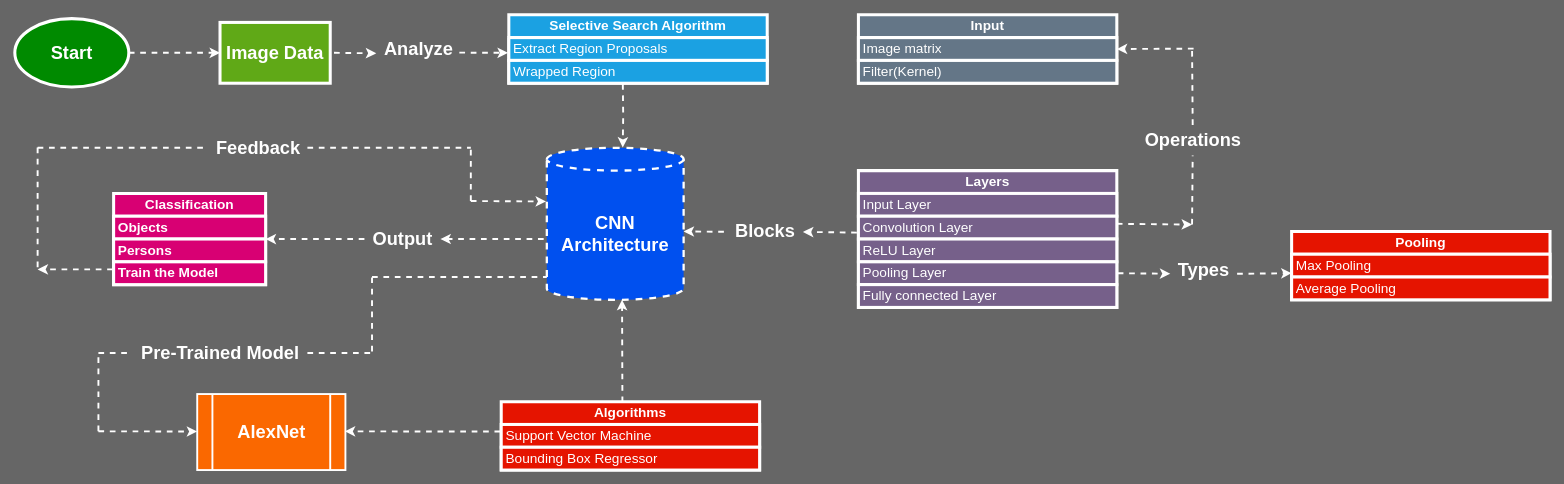
Before: page "R-CNN" (2 of 3) of FYP-workflow.drawio in sanils2002/Final-Year-Project, a draw.io diagram. Source tidied: cells renumbered, new cells numbered last; positions are measured from the earlier drawing's top-left corner, leaving out a move shared by most shapes. Both pictures are drawn from the tidied source at 76%, with x=0, y=0 at pixel (14, 14).
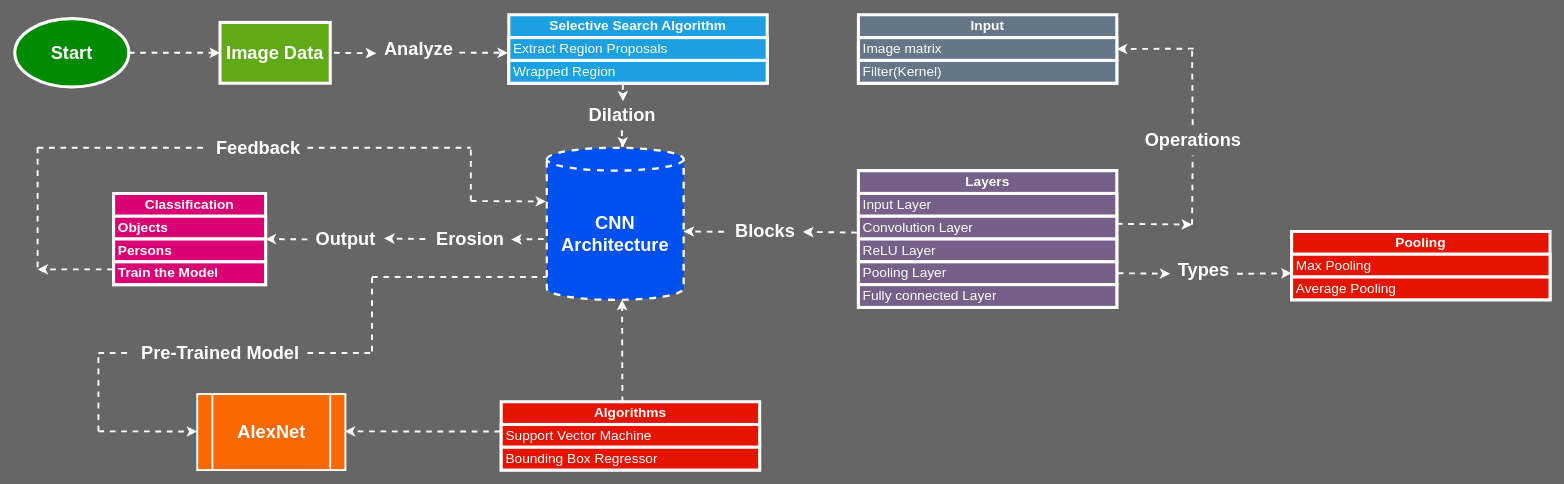
Above is the later version.

The change refers to these unchanged cells:
```xml
<mxCell id="5" value="&lt;font style=&quot;font-size: 24px;&quot;&gt;&lt;b&gt;CNN Architecture&lt;/b&gt;&lt;/font&gt;" style="shape=cylinder3;whiteSpace=wrap;html=1;boundedLbl=1;backgroundOutline=1;size=15;fillColor=#0050ef;strokeColor=#FFFFFF;strokeWidth=3;fontColor=#ffffff;dashed=1;" parent="1" vertex="1">
  <mxGeometry x="700" y="175" width="180" height="200" as="geometry" />
</mxCell>
<mxCell id="9" value="&lt;font style=&quot;font-size: 18px;&quot;&gt;&lt;b&gt;Classification&lt;/b&gt;&lt;/font&gt;" style="swimlane;fontStyle=0;horizontal=1;startSize=30;whiteSpace=wrap;html=1;fillColor=#d80073;strokeColor=#FFFFFF;strokeWidth=4;fontColor=#ffffff;" parent="1" vertex="1">
  <mxGeometry x="130" y="235" width="200" height="120" as="geometry" />
</mxCell>
```

The edit, as a diff of the source:
```diff
@@
-    <mxCell id="13" style="endArrow=classic;html=1;rounded=0;strokeWidth=2.5;strokeColor=#FFFFFF;entryX=1;entryY=0.5;entryDx=0;entryDy=0;dashed=1;" parent="1" edge="1" target="9">
-      <mxGeometry relative="1" as="geometry">
-        <mxPoint x="460" y="295" as="sourcePoint" />
-      </mxGeometry>
+    <mxCell id="13" style="endArrow=classic;html=1;rounded=0;strokeWidth=2.5;strokeColor=#FFFFFF;entryX=1;entryY=0.5;entryDx=0;entryDy=0;dashed=1;" parent="1" edge="1" source="15" target="9">
+      <mxGeometry relative="1" as="geometry" />
     </mxCell>
-    <mxCell id="14" style="endArrow=classic;html=1;rounded=0;exitX=-0.023;exitY=0.6;exitDx=0;exitDy=0;exitPerimeter=0;strokeWidth=2.5;strokeColor=#FFFFFF;dashed=1;" parent="1" edge="1" source="5">
+    <mxCell id="14" style="endArrow=classic;html=1;rounded=0;strokeWidth=2.5;strokeColor=#FFFFFF;dashed=1;entryX=1.009;entryY=0.456;entryDx=0;entryDy=0;entryPerimeter=0;" parent="1" edge="1">
       <mxGeometry relative="1" as="geometry">
-        <mxPoint x="560" y="295" as="targetPoint" />
+        <mxPoint x="540" y="295" as="sourcePoint" />
+        <mxPoint x="485.9" y="294.2" as="targetPoint" />
       </mxGeometry>
     </mxCell>
-    <mxCell id="15" value="&lt;font color=&quot;#ffffff&quot; style=&quot;font-size: 24px;&quot;&gt;&lt;b&gt;Output&lt;/b&gt;&lt;/font&gt;" style="text;html=1;align=center;verticalAlign=middle;points=[];strokeColor=none;fillColor=none;" parent="1" vertex="1">
-      <mxGeometry x="460" y="275" width="100" height="40" as="geometry" />
-    </mxCell>
@@
-    <mxCell id="41" style="edgeStyle=orthogonalEdgeStyle;rounded=0;jettySize=auto;html=1;strokeWidth=2.5;strokeColor=#FFFFFF;dashed=1;entryX=0.555;entryY=-0.002;entryDx=0;entryDy=0;entryPerimeter=0;" parent="1" edge="1" target="5">
-      <mxGeometry relative="1" as="geometry">
-        <mxPoint x="800" y="91" as="sourcePoint" />
-      </mxGeometry>
+    <mxCell id="41" style="edgeStyle=orthogonalEdgeStyle;rounded=0;jettySize=auto;html=1;strokeWidth=2.5;strokeColor=#FFFFFF;dashed=1;entryX=0.555;entryY=-0.002;entryDx=0;entryDy=0;entryPerimeter=0;" parent="1" edge="1" source="64" target="5">
+      <mxGeometry relative="1" as="geometry" />
     </mxCell>
@@
+    <mxCell id="63" style="edgeStyle=orthogonalEdgeStyle;rounded=0;jettySize=auto;html=1;strokeWidth=2.5;strokeColor=#FFFFFF;dashed=1;entryX=0.513;entryY=0.045;entryDx=0;entryDy=0;entryPerimeter=0;" parent="1" edge="1" target="64">
+      <mxGeometry relative="1" as="geometry">
+        <mxPoint x="800" y="91" as="sourcePoint" />
+      </mxGeometry>
+    </mxCell>
+    <mxCell id="64" value="&lt;font color=&quot;#ffffff&quot; style=&quot;font-size: 24px;&quot;&gt;&lt;b&gt;Dilation&lt;/b&gt;&lt;/font&gt;" style="text;html=1;align=center;verticalAlign=middle;points=[];strokeColor=none;fillColor=none;" parent="1" vertex="1">
+      <mxGeometry x="743.8" y="112" width="110" height="40" as="geometry" />
+    </mxCell>
+    <mxCell id="15" value="&lt;font color=&quot;#ffffff&quot; style=&quot;font-size: 24px;&quot;&gt;&lt;b&gt;Output&lt;/b&gt;&lt;/font&gt;" style="text;html=1;align=center;verticalAlign=middle;points=[];strokeColor=none;fillColor=none;" parent="1" vertex="1">
+      <mxGeometry x="385" y="276" width="100" height="40" as="geometry" />
+    </mxCell>
+    <mxCell id="65" style="endArrow=classic;html=1;rounded=0;exitX=-0.023;exitY=0.6;exitDx=0;exitDy=0;exitPerimeter=0;strokeWidth=2.5;strokeColor=#FFFFFF;dashed=1;entryX=0.992;entryY=0.517;entryDx=0;entryDy=0;entryPerimeter=0;" parent="1" edge="1" source="5" target="66">
+      <mxGeometry relative="1" as="geometry" />
+    </mxCell>
+    <mxCell id="66" value="&lt;font color=&quot;#ffffff&quot; style=&quot;font-size: 24px;&quot;&gt;&lt;b&gt;Erosion&lt;/b&gt;&lt;/font&gt;" style="text;html=1;align=center;verticalAlign=middle;points=[];strokeColor=none;fillColor=none;" parent="1" vertex="1">
+      <mxGeometry x="544" y="275" width="110" height="40" as="geometry" />
+    </mxCell>
```
